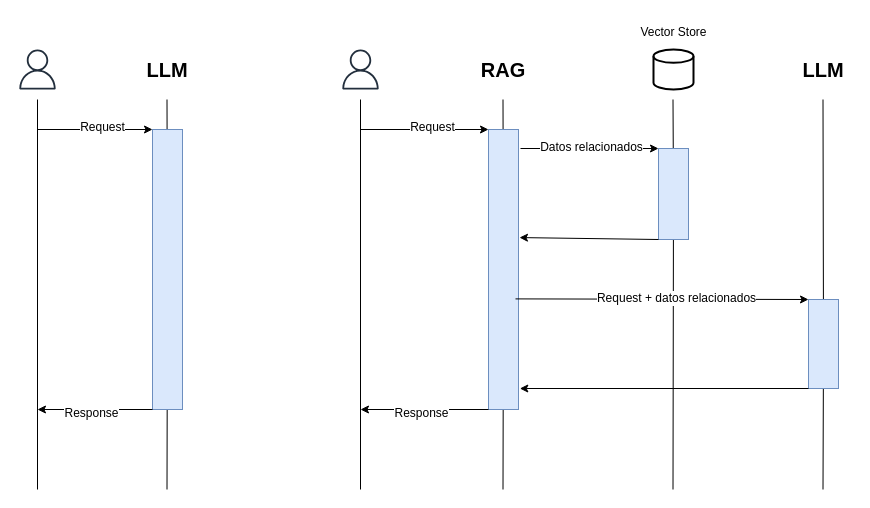
The draw.io diagram page "RAG" (1 of 2) of ChatBot with RAG.drawio in jcdiazz/Diagramas, before the edit. Source tidied: cells renumbered, new cells numbered last; positions are measured from the earlier drawing's top-left corner, leaving out a move shared by most shapes. Both pictures are drawn from the tidied source at 100%, with x=0, y=0 at pixel (17, 17).
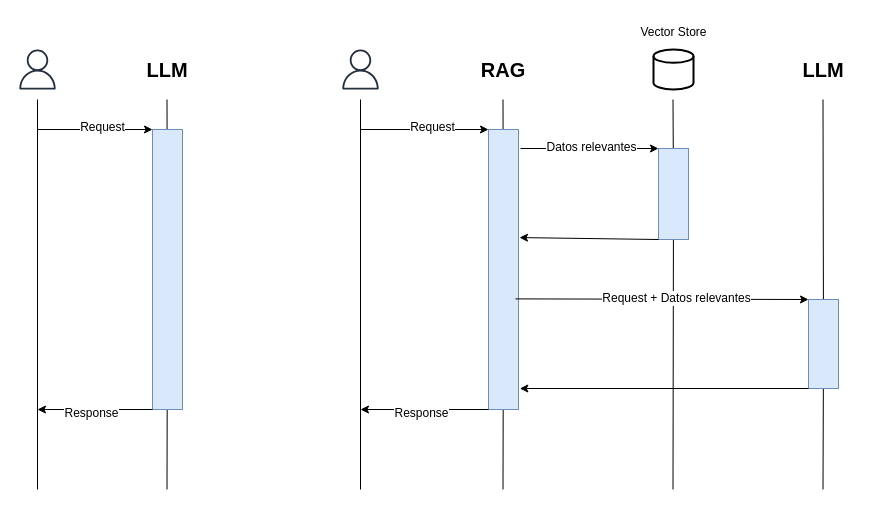
Above is the later version.

The change refers to these unchanged cells:
```xml
<mxCell id="30" style="endArrow=classic;html=1;rounded=0;entryX=0;entryY=0;entryDx=0;entryDy=0;" parent="1" edge="1" target="24">
  <mxGeometry relative="1" as="geometry">
    <mxPoint x="503" y="131" as="sourcePoint" />
  </mxGeometry>
</mxCell>
<mxCell id="32" style="endArrow=classic;html=1;rounded=0;entryX=0;entryY=0;entryDx=0;entryDy=0;exitX=0.9;exitY=0.605;exitDx=0;exitDy=0;exitPerimeter=0;" parent="1" edge="1" source="17" target="28">
  <mxGeometry relative="1" as="geometry" />
</mxCell>
```

Diff of the diagram source:
```diff
@@
-    <mxCell id="31" value="&lt;font style=&quot;font-size: 12px;&quot;&gt;Datos relacionados&lt;/font&gt;" style="edgeLabel;html=1;align=center;verticalAlign=middle;" parent="30" vertex="1">
+    <mxCell id="31" value="&lt;font style=&quot;font-size: 12px;&quot;&gt;Datos relevantes&lt;/font&gt;" style="edgeLabel;html=1;align=center;verticalAlign=middle;" parent="30" vertex="1">
       <mxGeometry x="0.01" y="2" relative="1" as="geometry" />
     </mxCell>
@@
-    <mxCell id="33" value="&lt;font style=&quot;font-size: 12px;&quot;&gt;Request + datos relacionados&lt;/font&gt;" style="edgeLabel;html=1;align=center;verticalAlign=middle;" parent="32" vertex="1">
+    <mxCell id="33" value="&lt;font style=&quot;font-size: 12px;&quot;&gt;Request + Datos relevantes&lt;/font&gt;" style="edgeLabel;html=1;align=center;verticalAlign=middle;" parent="32" vertex="1">
       <mxGeometry x="0.09" y="1" relative="1" as="geometry" />
     </mxCell>
```
